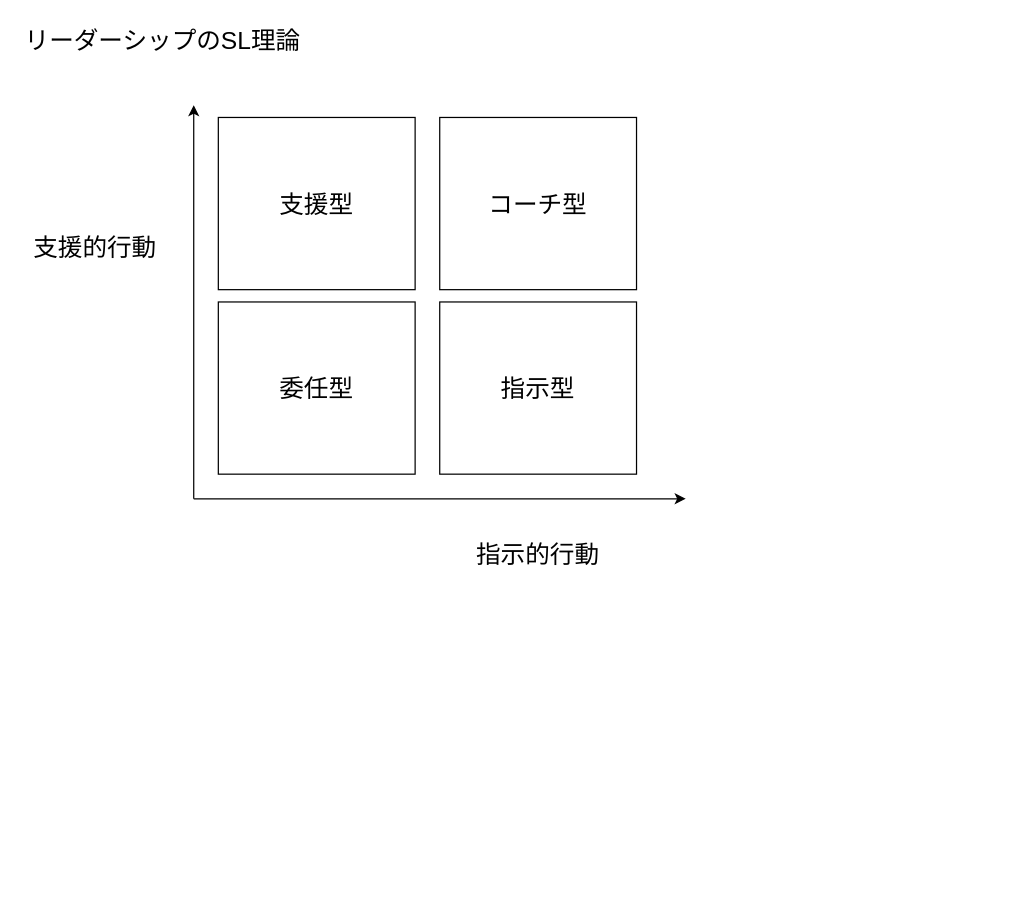
Before: 名称未設定ファイル.drawio in buyodo/10_development, a draw.io diagram. Source tidied: cells renumbered, new cells numbered last; positions are measured from the earlier drawing's top-left corner, leaving out a move shared by most shapes. Both pictures are drawn from the tidied source at 123%, with x=0, y=0 at pixel (21, 21).
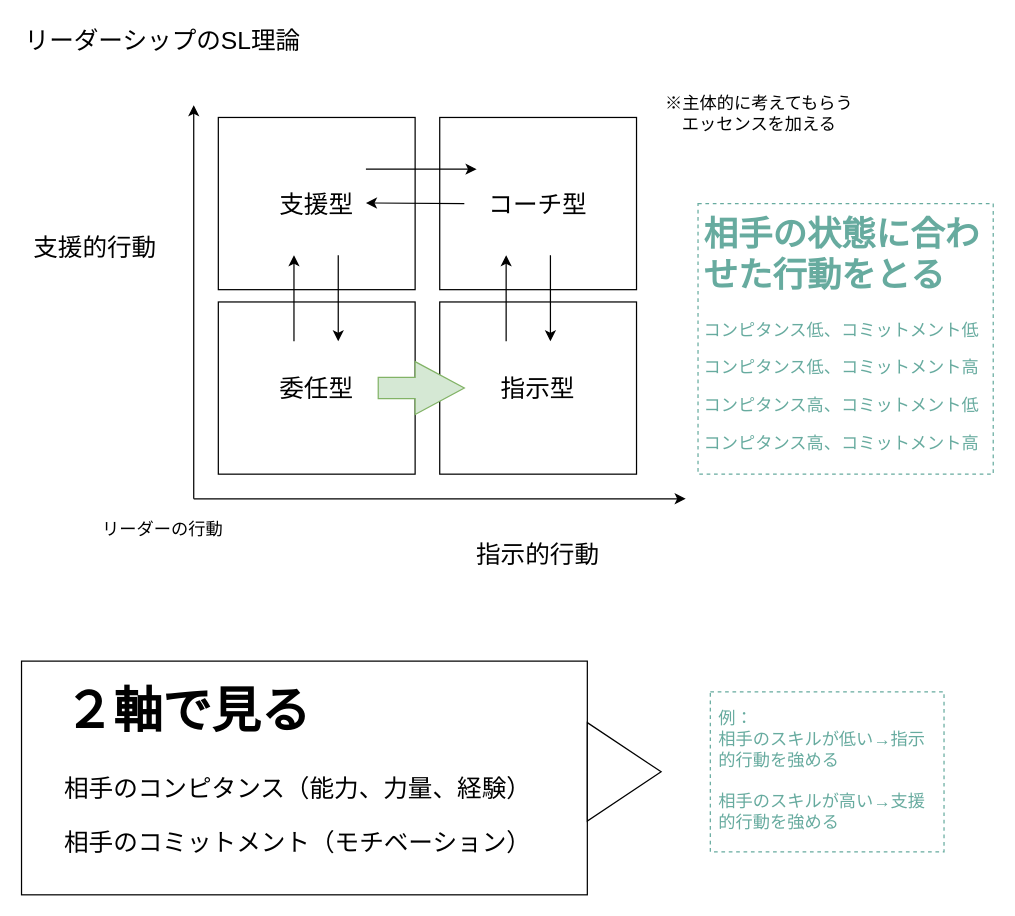
The same page after the edit.

Commit message (it also covers changes not shown here):
名称未設定ファイル.drawio を更新します

The edit, as a diff of the source:
```diff
@@
+    <mxCell id="11" value="&lt;h1&gt;２軸で見る&lt;/h1&gt;&lt;p&gt;相手のコンピタンス（能力、力量、経験）&lt;/p&gt;&lt;p&gt;相手のコミットメント（モチベーション）&lt;/p&gt;" style="text;html=1;strokeColor=default;fillColor=none;spacing=5;spacingTop=-20;whiteSpace=wrap;overflow=hidden;rounded=0;fontSize=20;labelBorderColor=none;spacingLeft=30;" parent="1" vertex="1">
+      <mxGeometry y="520" width="460" height="190" as="geometry" />
+    </mxCell>
+    <mxCell id="12" value="リーダーの行動" style="text;html=1;strokeColor=none;fillColor=none;align=center;verticalAlign=middle;whiteSpace=wrap;rounded=0;labelBorderColor=none;fontSize=14;" parent="1" vertex="1">
+      <mxGeometry x="40" y="408" width="150" height="10" as="geometry" />
+    </mxCell>
+    <mxCell id="13" style="triangle;whiteSpace=wrap;html=1;labelBorderColor=none;strokeColor=default;fontSize=14;" parent="1" vertex="1">
+      <mxGeometry x="460" y="570" width="60" height="80" as="geometry" />
+    </mxCell>
+    <mxCell id="14" value="例：&lt;br&gt;相手のスキルが低い→指示的行動を強める&lt;br&gt;&lt;br&gt;相手のスキルが高い→支援的行動を強める" style="text;html=1;strokeColor=#67AB9F;fillColor=none;align=left;verticalAlign=middle;whiteSpace=wrap;rounded=0;labelBorderColor=none;fontSize=14;spacingBottom=5;spacingTop=2;dashed=1;spacingLeft=5;spacingRight=5;fontColor=#67AB9F;" parent="1" vertex="1">
+      <mxGeometry x="560" y="545" width="190" height="130" as="geometry" />
+    </mxCell>
+    <mxCell id="15" style="html=1;shadow=0;dashed=0;align=center;verticalAlign=middle;shape=mxgraph.arrows2.arrow;dy=0.6;dx=40;notch=0;labelBorderColor=none;strokeColor=#82b366;fontSize=14;labelBackgroundColor=none;fillColor=#d5e8d4;" parent="1" vertex="1">
+      <mxGeometry x="290" y="276.5" width="70" height="43" as="geometry" />
+    </mxCell>
+    <mxCell id="16" style="endArrow=classic;html=1;rounded=0;fontSize=14;" parent="1" edge="1">
+      <mxGeometry relative="1" as="geometry">
+        <mxPoint x="394" y="260" as="sourcePoint" />
+        <mxPoint x="394" y="190" as="targetPoint" />
+      </mxGeometry>
+    </mxCell>
+    <mxCell id="17" style="endArrow=classic;html=1;rounded=0;fontSize=14;" parent="1" edge="1">
+      <mxGeometry relative="1" as="geometry">
+        <mxPoint x="430" y="190" as="sourcePoint" />
+        <mxPoint x="430" y="260" as="targetPoint" />
+      </mxGeometry>
+    </mxCell>
+    <mxCell id="18" style="endArrow=classic;html=1;rounded=0;fontSize=14;" parent="1" edge="1">
+      <mxGeometry relative="1" as="geometry">
+        <mxPoint x="221.5" y="260" as="sourcePoint" />
+        <mxPoint x="221.5" y="190" as="targetPoint" />
+      </mxGeometry>
+    </mxCell>
+    <mxCell id="19" style="endArrow=classic;html=1;rounded=0;fontSize=14;" parent="1" edge="1">
+      <mxGeometry relative="1" as="geometry">
+        <mxPoint x="257.5" y="190" as="sourcePoint" />
+        <mxPoint x="257.5" y="260" as="targetPoint" />
+      </mxGeometry>
+    </mxCell>
+    <mxCell id="20" style="endArrow=classic;html=1;rounded=0;fontSize=14;" parent="1" edge="1">
+      <mxGeometry relative="1" as="geometry">
+        <mxPoint x="280" y="120" as="sourcePoint" />
+        <mxPoint x="370" y="120" as="targetPoint" />
+      </mxGeometry>
+    </mxCell>
+    <mxCell id="21" style="endArrow=classic;html=1;rounded=0;fontSize=14;" parent="1" edge="1">
+      <mxGeometry relative="1" as="geometry">
+        <mxPoint x="360" y="148" as="sourcePoint" />
+        <mxPoint x="280" y="147.5" as="targetPoint" />
+      </mxGeometry>
+    </mxCell>
+    <mxCell id="22" value="※主体的に考えてもらうエッセンスを加える" style="text;html=1;strokeColor=none;fillColor=none;align=center;verticalAlign=middle;whiteSpace=wrap;rounded=0;dashed=1;labelBackgroundColor=none;labelBorderColor=none;fontSize=14;" parent="1" vertex="1">
+      <mxGeometry x="520" y="60" width="160" height="30" as="geometry" />
+    </mxCell>
+    <mxCell id="23" value="&lt;h1&gt;相手の状態に合わせた行動をとる&lt;/h1&gt;&lt;p&gt;コンピタンス低、コミットメント低&lt;/p&gt;&lt;p&gt;コンピタンス低、コミットメント高&lt;/p&gt;&lt;p&gt;コンピタンス高、コミットメント低&lt;/p&gt;&lt;p&gt;コンピタンス高、コミットメント高&lt;/p&gt;" style="text;html=1;strokeColor=#67AB9F;fillColor=none;spacing=5;spacingTop=-20;whiteSpace=wrap;overflow=hidden;rounded=0;dashed=1;labelBackgroundColor=none;labelBorderColor=none;fontSize=14;fontColor=#67AB9F;" parent="1" vertex="1">
+      <mxGeometry x="550" y="148" width="240" height="220" as="geometry" />
+    </mxCell>
```
